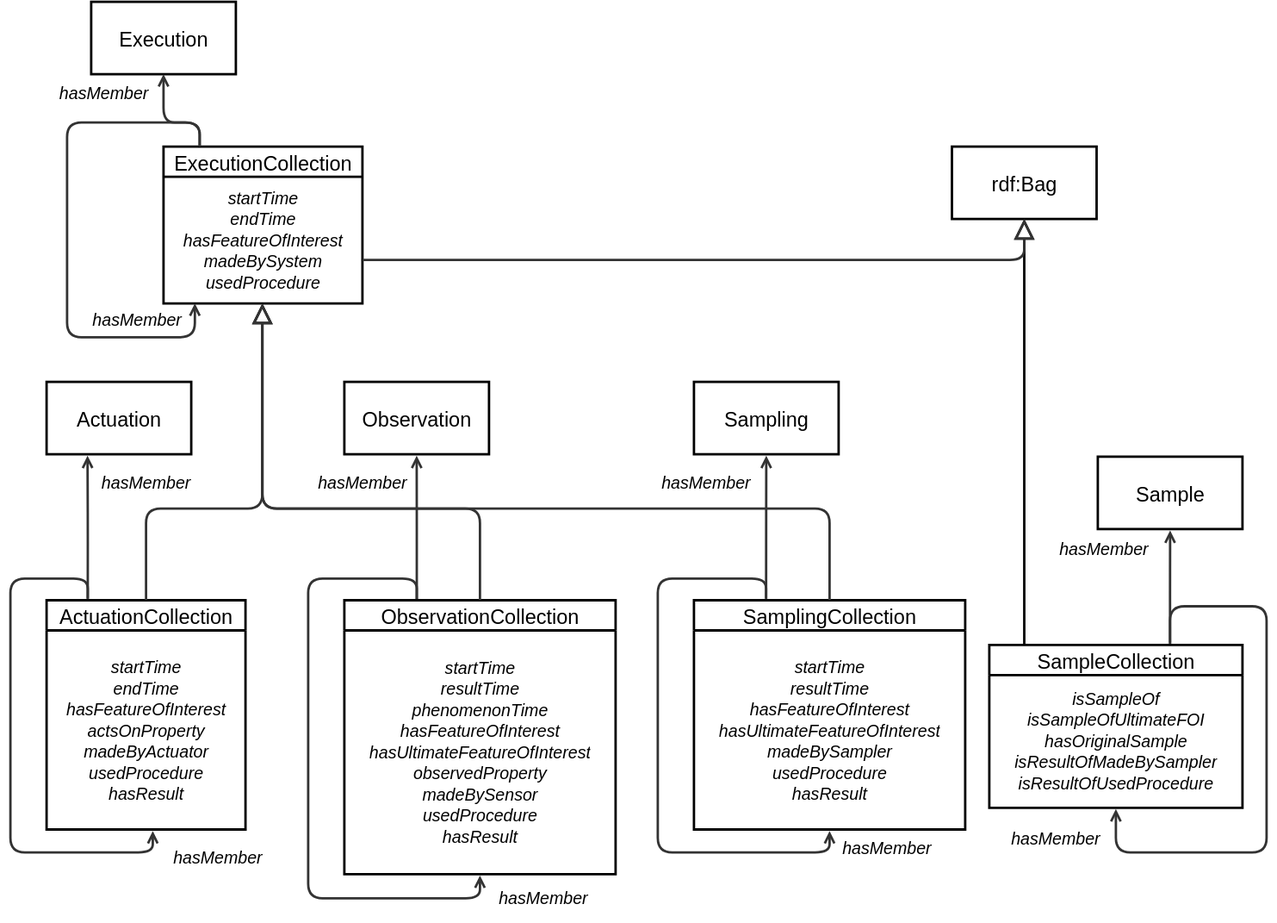
The draw.io diagram ssn/images/Collections.svg in afeliachi/sdw-sosa-ssn, before a commit. Source tidied: cells renumbered, new cells last; positions are measured from the earlier drawing's top-left corner, leaving out a move shared by most shapes.
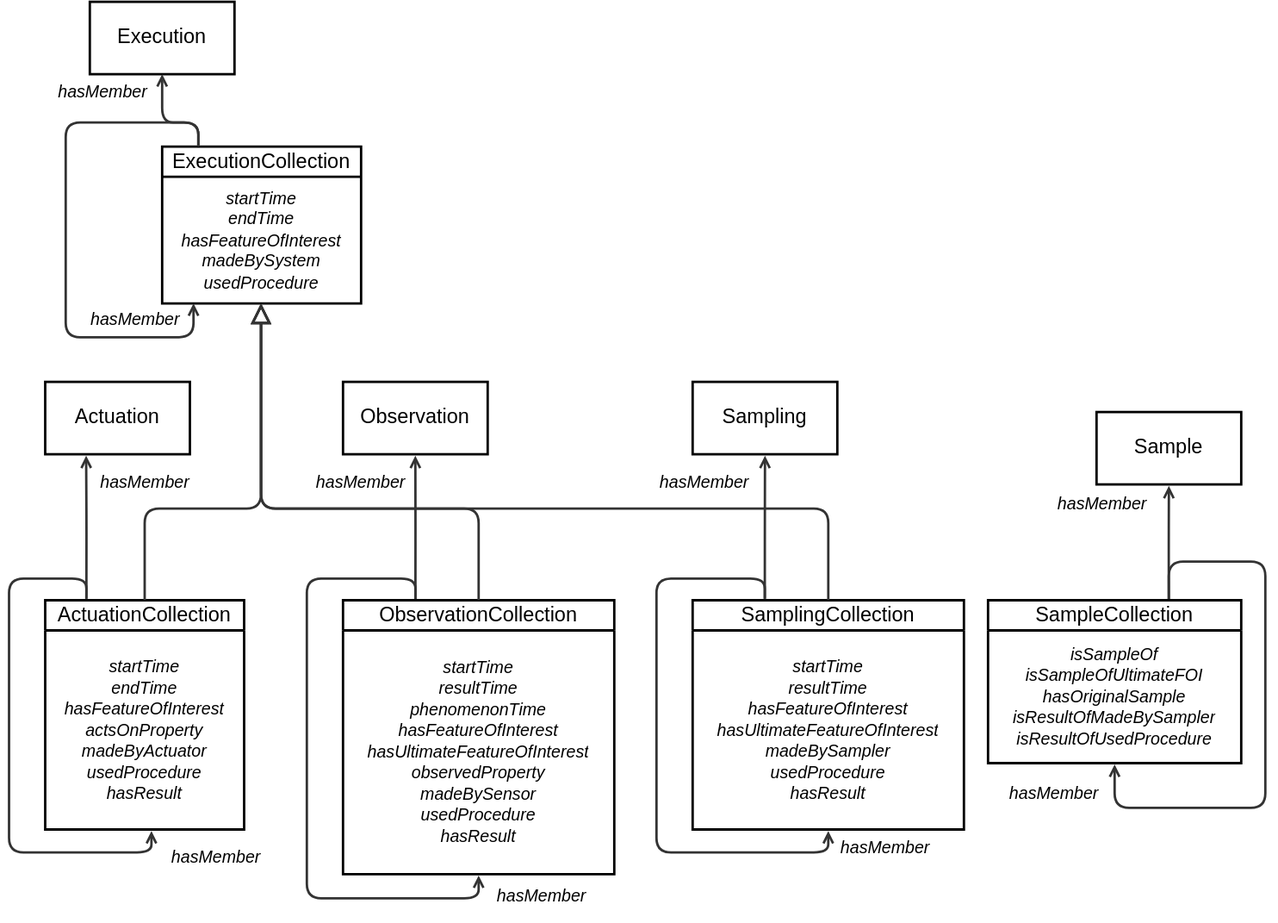
Later version of the same file.

What changed in the source:
```diff
@@ -8,9 +8,6 @@
     <mxCell id="3" value="&lt;div style=&quot;display: flex; justify-content: center; text-align: center; align-items: baseline; line-height: 1.25; margin-top: -2px;&quot;&gt;&lt;span style=&quot;font-style: italic;&quot;&gt;&lt;font style=&quot;font-size: 14px;&quot;&gt;startTime&lt;br&gt;&lt;/font&gt;&lt;/span&gt;&lt;/div&gt;&lt;div style=&quot;display: flex; justify-content: center; text-align: center; align-items: baseline; line-height: 1.25; margin-top: -2px;&quot;&gt;&lt;span&gt;&lt;span style=&quot;font-style: italic;&quot;&gt;&lt;font style=&quot;font-size: 14px;&quot;&gt;endTime&lt;br&gt;&lt;/font&gt;&lt;/span&gt;&lt;/span&gt;&lt;/div&gt;&lt;div style=&quot;display: flex; justify-content: center; text-align: center; align-items: baseline; line-height: 1.25; margin-top: -2px;&quot;&gt;&lt;span&gt;&lt;span style=&quot;font-style: italic;&quot;&gt;&lt;font style=&quot;font-size: 14px;&quot;&gt;hasFeatureOfInterest&lt;br&gt;&lt;/font&gt;&lt;/span&gt;&lt;/span&gt;&lt;/div&gt;&lt;div style=&quot;display: flex; justify-content: center; text-align: center; align-items: baseline; line-height: 1.25; margin-top: -2px;&quot;&gt;&lt;span&gt;&lt;span style=&quot;font-style: italic;&quot;&gt;&lt;font style=&quot;font-size: 14px;&quot;&gt;actsOnProperty&lt;br&gt;&lt;/font&gt;&lt;/span&gt;&lt;/span&gt;&lt;/div&gt;&lt;div style=&quot;display: flex; justify-content: center; text-align: center; align-items: baseline; line-height: 1.25; margin-top: -2px;&quot;&gt;&lt;span&gt;&lt;span style=&quot;font-style: italic;&quot;&gt;&lt;font style=&quot;font-size: 14px;&quot;&gt;madeByActuator&lt;br&gt;&lt;/font&gt;&lt;/span&gt;&lt;/span&gt;&lt;/div&gt;&lt;div style=&quot;display: flex; justify-content: center; text-align: center; align-items: baseline; line-height: 1.25; margin-top: -2px;&quot;&gt;&lt;span&gt;&lt;span style=&quot;font-style: italic;&quot;&gt;&lt;font style=&quot;font-size: 14px;&quot;&gt;usedProcedure&lt;br&gt;&lt;/font&gt;&lt;/span&gt;&lt;/span&gt;&lt;/div&gt;&lt;div style=&quot;display: flex; justify-content: center; text-align: center; align-items: baseline; line-height: 1.25; margin-top: -2px;&quot;&gt;&lt;span style=&quot;font-style: italic;&quot;&gt;&lt;font style=&quot;font-size: 14px;&quot;&gt;hasResult&lt;/font&gt;&lt;/span&gt;&lt;/div&gt;" style="html=1;strokeColor=none;fillColor=none;verticalAlign=middle;spacingLeft=4;spacingRight=4;overflow=hidden;swimlaneFillColor=#unset;strokeOpacity=100;whiteSpace=wrap;fontSize=15.2;fontStyle=2;align=center;fontColor=default;convertToSvg=1;strokeWidth=2;" parent="2" vertex="1">
       <mxGeometry y="25" width="165" height="165" as="geometry" />
     </mxCell>
-    <mxCell id="4" value="rdf:Bag" style="html=1;overflow=block;blockSpacing=1;whiteSpace=wrap;fontSize=16.8;align=center;spacing=0;strokeColor=#000000;strokeOpacity=100;fillColor=none;strokeWidth=2;fontColor=default;convertToSvg=1;" parent="1" vertex="1">
-      <mxGeometry x="781" y="120" width="120" height="60" as="geometry" />
-    </mxCell>
     <mxCell id="5" value="Actuation" style="html=1;overflow=block;blockSpacing=1;whiteSpace=wrap;fontSize=16.8;align=center;spacing=0;strokeColor=#000000;strokeOpacity=100;fillColor=none;strokeWidth=2;fontColor=default;convertToSvg=1;" parent="1" vertex="1">
       <mxGeometry x="30" y="315" width="120" height="60" as="geometry" />
     </mxCell>
@@ -18,7 +15,7 @@
       <mxGeometry x="277" y="315" width="120" height="60" as="geometry" />
     </mxCell>
     <mxCell id="7" value="Sample" style="html=1;overflow=block;blockSpacing=1;whiteSpace=wrap;fontSize=16.8;align=center;spacing=0;strokeColor=#000000;strokeOpacity=100;fillColor=none;strokeWidth=2;fontColor=default;convertToSvg=1;" parent="1" vertex="1">
-      <mxGeometry x="902" y="377" width="120" height="60" as="geometry" />
+      <mxGeometry x="902" y="340" width="120" height="60" as="geometry" />
     </mxCell>
     <mxCell id="8" value="ObservationCollection" style="html=1;overflow=block;blockSpacing=1;swimlane;horizontal=1;fontStyle=0;swimlaneFillColor=none;startSize=25;whiteSpace=wrap;fontSize=16.8;align=center;spacing=0;strokeColor=#000000;strokeOpacity=100;fillColor=none;strokeWidth=2;fontColor=default;convertToSvg=1;" parent="1" vertex="1">
       <mxGeometry x="277" y="496" width="225" height="227" as="geometry" />
@@ -27,19 +24,11 @@
       <mxGeometry y="25" width="225" height="202" as="geometry" />
     </mxCell>
     <mxCell id="10" value="SampleCollection" style="html=1;overflow=block;blockSpacing=1;swimlane;horizontal=1;fontStyle=0;swimlaneFillColor=none;startSize=25;whiteSpace=wrap;fontSize=16.8;align=center;spacing=0;strokeColor=#000000;strokeOpacity=100;fillColor=none;strokeWidth=2;fontColor=default;convertToSvg=1;" parent="1" vertex="1">
-      <mxGeometry x="812" y="533" width="210" height="135" as="geometry" />
+      <mxGeometry x="812" y="496" width="210" height="135" as="geometry" />
     </mxCell>
     <mxCell id="11" value="&lt;div style=&quot;display: flex; justify-content: center; text-align: center; align-items: baseline; line-height: 1.25; margin-top: -2px;&quot;&gt;&lt;span style=&quot;font-style: italic;&quot;&gt;&lt;font style=&quot;font-size: 14px;&quot;&gt;isSampleOf&lt;br&gt;&lt;/font&gt;&lt;/span&gt;&lt;/div&gt;&lt;div style=&quot;display: flex; justify-content: center; text-align: center; align-items: baseline; line-height: 1.25; margin-top: -2px;&quot;&gt;&lt;span&gt;&lt;font style=&quot;font-size: 14px;&quot;&gt;&lt;span style=&quot;text-align: start; white-space-collapse: break-spaces;&quot;&gt;isSampleOfUltimateFOI&lt;/span&gt;&lt;span style=&quot;font-style: italic;&quot;&gt;&lt;/span&gt;&lt;/font&gt;&lt;/span&gt;&lt;/div&gt;&lt;div style=&quot;display: flex; justify-content: center; text-align: center; align-items: baseline; line-height: 1.25; margin-top: -2px;&quot;&gt;&lt;span&gt;&lt;span style=&quot;font-style: italic;&quot;&gt;&lt;font style=&quot;font-size: 14px;&quot;&gt;hasOriginalSample&lt;br&gt;&lt;/font&gt;&lt;/span&gt;&lt;/span&gt;&lt;/div&gt;&lt;div style=&quot;display: flex; justify-content: center; text-align: center; align-items: baseline; line-height: 1.25; margin-top: -2px;&quot;&gt;&lt;span&gt;&lt;span style=&quot;font-style: italic;&quot;&gt;&lt;font style=&quot;font-size: 14px;&quot;&gt;isResultOfMadeBySampler&lt;br&gt;&lt;/font&gt;&lt;/span&gt;&lt;/span&gt;&lt;/div&gt;&lt;div style=&quot;display: flex; justify-content: center; text-align: center; align-items: baseline; line-height: 1.25; margin-top: -2px;&quot;&gt;&lt;span style=&quot;font-style: italic;&quot;&gt;&lt;font style=&quot;font-size: 14px;&quot;&gt;isResultOfUsedProcedure&lt;/font&gt;&lt;/span&gt;&lt;/div&gt;" style="html=1;strokeColor=none;fillColor=none;verticalAlign=middle;spacingLeft=4;spacingRight=4;overflow=hidden;swimlaneFillColor=#unset;strokeOpacity=100;whiteSpace=wrap;fontSize=15.2;fontStyle=2;align=center;fontColor=default;convertToSvg=1;strokeWidth=2;" parent="10" vertex="1">
       <mxGeometry y="25" width="210" height="110" as="geometry" />
     </mxCell>
-    <mxCell id="12" style="html=1;jettySize=18;whiteSpace=wrap;overflow=block;blockSpacing=1;fontSize=13;strokeOpacity=100;strokeWidth=2;rounded=1;arcSize=24;edgeStyle=orthogonalEdgeStyle;startArrow=none;lucidId=a9virbxKL.nu;endArrow=block;endFill=0;endSize=12;fontColor=default;convertToSvg=1;" parent="1" edge="1" source="10" target="4">
-      <mxGeometry relative="1" as="geometry">
-        <Array as="points">
-          <mxPoint x="841" y="450" />
-          <mxPoint x="841" y="450" />
-        </Array>
-      </mxGeometry>
-    </mxCell>
     <mxCell id="13" style="html=1;jettySize=18;whiteSpace=wrap;overflow=block;blockSpacing=1;fontSize=13;strokeColor=#333333;strokeOpacity=100;strokeWidth=2;rounded=1;arcSize=24;edgeStyle=orthogonalEdgeStyle;startArrow=none;endArrow=open;exitX=0.207;exitY=-0.007;exitPerimeter=0;entryX=0.283;entryY=1.019;entryPerimeter=0;lucidId=59viG_KSetix;fontColor=default;convertToSvg=1;" parent="1" edge="1" source="2" target="5">
       <mxGeometry relative="1" as="geometry" />
     </mxCell>
@@ -50,7 +39,7 @@
       <mxGeometry relative="1" as="geometry" />
     </mxCell>
     <mxCell id="16" value="hasMember" style="html=1;overflow=block;blockSpacing=1;whiteSpace=wrap;fontSize=14;fontColor=default;fontStyle=2;align=center;spacing=0;strokeColor=none;strokeOpacity=100;fillOpacity=100;fillColor=none;strokeWidth=2;lucidId=F-vikUpGgE~q;convertToSvg=1;" parent="1" vertex="1">
-      <mxGeometry x="817" y="430" width="180" height="45" as="geometry" />
+      <mxGeometry x="817" y="393" width="180" height="45" as="geometry" />
     </mxCell>
     <mxCell id="17" value="hasMember" style="html=1;overflow=block;blockSpacing=1;whiteSpace=wrap;fontSize=14;fontColor=default;fontStyle=2;align=center;spacing=0;strokeColor=none;strokeOpacity=100;fillOpacity=100;fillColor=none;strokeWidth=2;lucidId=L_vi0q2S4vh3;convertToSvg=1;" parent="1" vertex="1">
       <mxGeometry x="202" y="375" width="180" height="45" as="geometry" />
@@ -81,15 +70,15 @@
     <mxCell id="21" style="html=1;jettySize=18;whiteSpace=wrap;overflow=block;blockSpacing=1;fontSize=13;strokeColor=#333333;strokeOpacity=100;strokeWidth=2;rounded=1;arcSize=24;edgeStyle=orthogonalEdgeStyle;startArrow=none;endArrow=open;exitX=0.714;exitY=-0.008;exitPerimeter=0;entryX=0.5;entryY=1.008;entryPerimeter=0;lucidId=x~vinYepkpvg;fontColor=default;convertToSvg=1;" parent="1" edge="1" source="10" target="10">
       <mxGeometry relative="1" as="geometry">
         <Array as="points">
-          <mxPoint x="962" y="501" />
-          <mxPoint x="1042" y="501" />
-          <mxPoint x="1042" y="705" />
-          <mxPoint x="917" y="705" />
+          <mxPoint x="962" y="464" />
+          <mxPoint x="1042" y="464" />
+          <mxPoint x="1042" y="668" />
+          <mxPoint x="917" y="668" />
         </Array>
       </mxGeometry>
     </mxCell>
     <mxCell id="22" value="hasMember" style="html=1;overflow=block;blockSpacing=1;whiteSpace=wrap;fontSize=14;fontColor=default;fontStyle=2;align=center;spacing=0;strokeColor=none;strokeOpacity=100;fillOpacity=100;fillColor=none;strokeWidth=2;lucidId=R~vi6TBi1Bkf;convertToSvg=1;" parent="1" vertex="1">
-      <mxGeometry x="777" y="670" width="180" height="45" as="geometry" />
+      <mxGeometry x="777" y="634" width="180" height="45" as="geometry" />
     </mxCell>
     <mxCell id="23" value="hasMember" style="html=1;overflow=block;blockSpacing=1;whiteSpace=wrap;fontSize=14;fontColor=default;fontStyle=2;align=center;spacing=0;strokeColor=none;strokeOpacity=100;fillOpacity=100;fillColor=none;strokeWidth=2;lucidId=W~viRVPlfoP2;convertToSvg=1;" parent="1" vertex="1">
       <mxGeometry x="352" y="719" width="180" height="45" as="geometry" />
@@ -131,13 +120,6 @@
     <mxCell id="33" value="&lt;div style=&quot;display: flex; justify-content: center; text-align: center; align-items: baseline; line-height: 1.25; margin-top: -2px;&quot;&gt;&lt;span style=&quot;font-style: italic;&quot;&gt;&lt;font style=&quot;font-size: 14px;&quot;&gt;startTime&lt;br&gt;&lt;/font&gt;&lt;/span&gt;&lt;/div&gt;&lt;div style=&quot;display: flex; justify-content: center; text-align: center; align-items: baseline; line-height: 1.25; margin-top: -2px;&quot;&gt;&lt;span&gt;&lt;span style=&quot;font-style: italic;&quot;&gt;&lt;font style=&quot;font-size: 14px;&quot;&gt;endTime&lt;br&gt;&lt;/font&gt;&lt;/span&gt;&lt;/span&gt;&lt;/div&gt;&lt;div style=&quot;display: flex; justify-content: center; text-align: center; align-items: baseline; line-height: 1.25; margin-top: -2px;&quot;&gt;&lt;span&gt;&lt;span style=&quot;font-style: italic;&quot;&gt;&lt;font style=&quot;font-size: 14px;&quot;&gt;hasFeatureOfInterest&lt;br&gt;&lt;/font&gt;&lt;/span&gt;&lt;/span&gt;&lt;/div&gt;&lt;div style=&quot;display: flex; justify-content: center; text-align: center; align-items: baseline; line-height: 1.25; margin-top: -2px;&quot;&gt;&lt;span&gt;&lt;span style=&quot;font-style: italic;&quot;&gt;&lt;font style=&quot;font-size: 14px;&quot;&gt;madeBySystem&lt;br&gt;&lt;/font&gt;&lt;/span&gt;&lt;/span&gt;&lt;/div&gt;&lt;div style=&quot;display: flex; justify-content: center; text-align: center; align-items: baseline; line-height: 1.25; margin-top: -2px;&quot;&gt;&lt;span style=&quot;font-style: italic;&quot;&gt;&lt;font style=&quot;font-size: 14px;&quot;&gt;usedProcedure&lt;/font&gt;&lt;/span&gt;&lt;/div&gt;" style="html=1;strokeColor=none;fillColor=none;verticalAlign=middle;spacingLeft=4;spacingRight=4;overflow=hidden;points=[[0,0.5],[1,0.5]];portConstraint=eastwest;swimlaneFillColor=#unset;strokeOpacity=100;whiteSpace=wrap;fontSize=15.2;fontStyle=2;align=center;fontColor=default;convertToSvg=1;strokeWidth=2;" parent="32" vertex="1">
       <mxGeometry y="25" width="165" height="105" as="geometry" />
     </mxCell>
-    <mxCell id="34" style="html=1;jettySize=18;whiteSpace=wrap;overflow=block;blockSpacing=1;fontSize=13;strokeColor=#333333;strokeOpacity=100;strokeWidth=2;rounded=1;arcSize=24;edgeStyle=orthogonalEdgeStyle;startArrow=none;endArrow=block;endFill=0;endSize=12;lucidId=-oW~pYNmXRCg;fontColor=default;convertToSvg=1;" parent="1" edge="1" source="33" target="4">
-      <mxGeometry relative="1" as="geometry">
-        <Array as="points">
-          <mxPoint x="841" y="214" />
-        </Array>
-      </mxGeometry>
-    </mxCell>
     <mxCell id="35" style="html=1;jettySize=18;whiteSpace=wrap;overflow=block;blockSpacing=1;fontSize=13;strokeColor=#333333;strokeOpacity=100;strokeWidth=2;rounded=1;arcSize=24;edgeStyle=orthogonalEdgeStyle;startArrow=none;endArrow=block;endFill=0;endSize=12;lucidId=VpW~SZWNhsHl;fontColor=default;convertToSvg=1;" parent="1" edge="1" source="2" target="33">
       <mxGeometry relative="1" as="geometry">
         <Array as="points">
```
